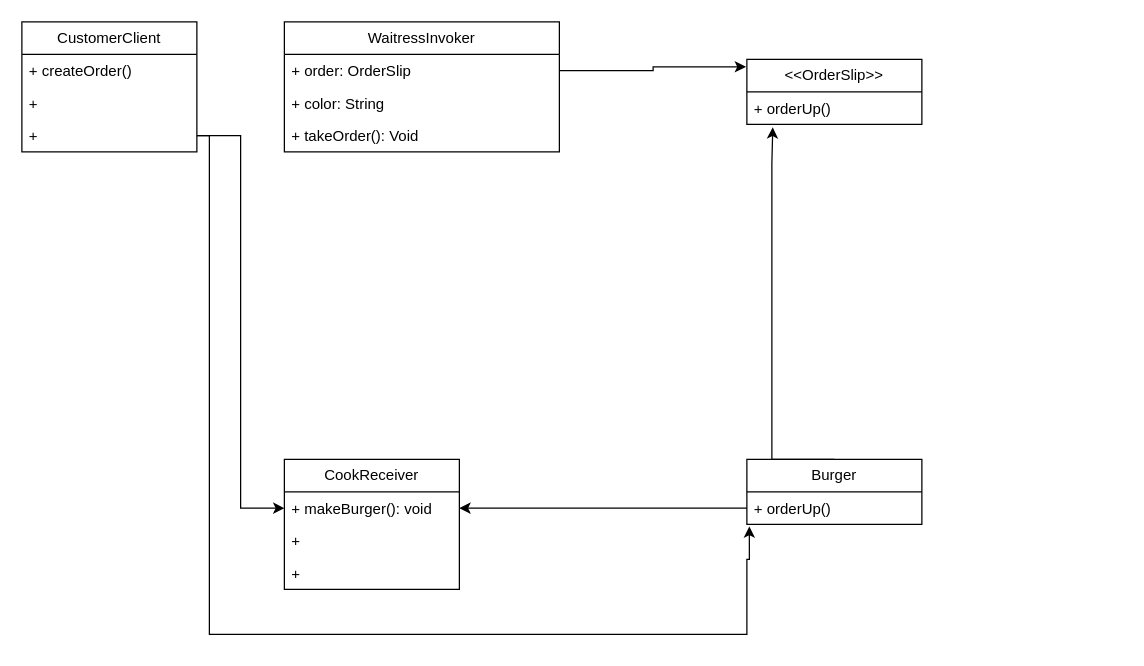
Above: UML/UML Diagram.drawio in Arellano-Jann/command-pattern (draw.io), before the change. Source tidied: cells renumbered, new cells numbered last; positions are measured from the earlier drawing's top-left corner, leaving out a move shared by most shapes. Both pictures are drawn from the tidied source at 125%, with x=0, y=0 at pixel (21, 21).
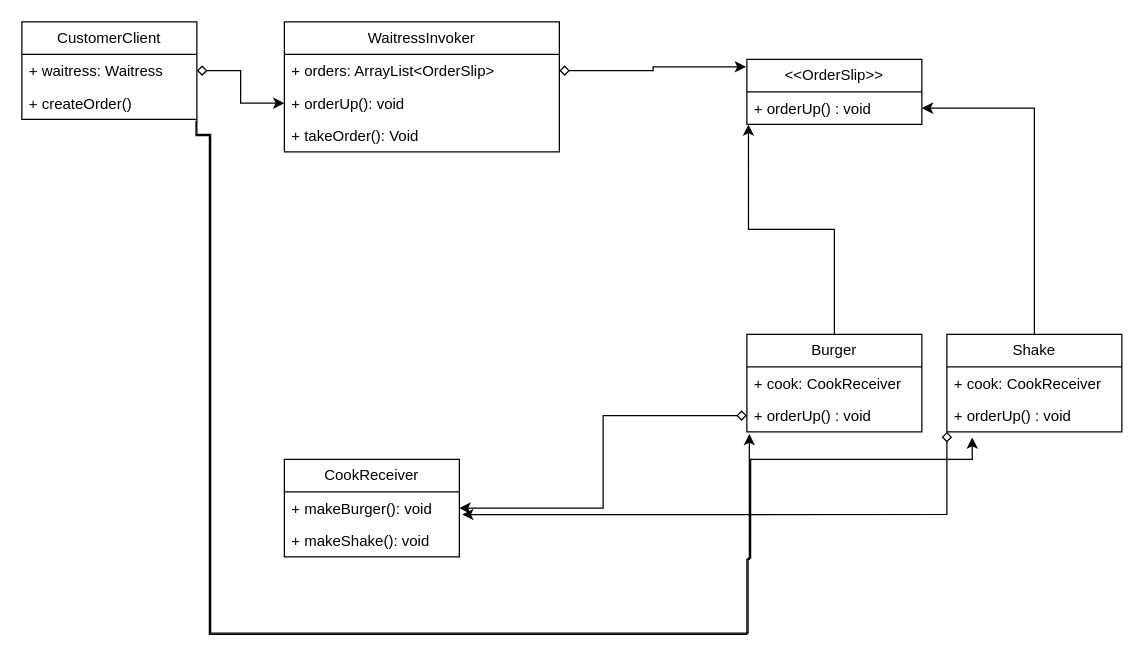
After the change.

The change refers to these unchanged cells:
```xml
<mxCell id="2" value="WaitressInvoker" style="swimlane;fontStyle=0;horizontal=1;startSize=26;fillColor=none;whiteSpace=wrap;html=1;" parent="1" vertex="1">
  <mxGeometry x="210" width="220" height="104" as="geometry" />
</mxCell>
<mxCell id="6" value="&amp;lt;&amp;lt;OrderSlip&amp;gt;&amp;gt;" style="swimlane;fontStyle=0;horizontal=1;startSize=26;fillColor=none;whiteSpace=wrap;html=1;" parent="1" vertex="1">
  <mxGeometry x="580" y="30" width="140" height="52" as="geometry" />
</mxCell>
<mxCell id="16" value="+ makeBurger(): void" style="text;strokeColor=none;fillColor=none;align=left;verticalAlign=top;spacingLeft=4;spacingRight=4;overflow=hidden;points=[[0,0.5],[1,0.5]];portConstraint=eastwest;whiteSpace=wrap;html=1;" parent="15" vertex="1">
  <mxGeometry y="26" width="140" height="26" as="geometry" />
</mxCell>
```

Diff of the diagram source:
```diff
@@
-    <mxCell id="3" value="+ order: OrderSlip" style="text;strokeColor=none;fillColor=none;align=left;verticalAlign=top;spacingLeft=4;spacingRight=4;overflow=hidden;points=[[0,0.5],[1,0.5]];portConstraint=eastwest;whiteSpace=wrap;html=1;" parent="2" vertex="1">
+    <mxCell id="3" value="+ orders: ArrayList&amp;lt;OrderSlip&amp;gt;" style="text;strokeColor=none;fillColor=none;align=left;verticalAlign=top;spacingLeft=4;spacingRight=4;overflow=hidden;points=[[0,0.5],[1,0.5]];portConstraint=eastwest;whiteSpace=wrap;html=1;" parent="2" vertex="1">
       <mxGeometry y="26" width="220" height="26" as="geometry" />
     </mxCell>
-    <mxCell id="4" value="+ color: String" style="text;strokeColor=none;fillColor=none;align=left;verticalAlign=top;spacingLeft=4;spacingRight=4;overflow=hidden;points=[[0,0.5],[1,0.5]];portConstraint=eastwest;whiteSpace=wrap;html=1;" parent="2" vertex="1">
+    <mxCell id="4" value="+ orderUp(): void" style="text;strokeColor=none;fillColor=none;align=left;verticalAlign=top;spacingLeft=4;spacingRight=4;overflow=hidden;points=[[0,0.5],[1,0.5]];portConstraint=eastwest;whiteSpace=wrap;html=1;" parent="2" vertex="1">
       <mxGeometry y="52" width="220" height="26" as="geometry" />
     </mxCell>
@@
-    <mxCell id="7" value="+ orderUp()" style="text;strokeColor=none;fillColor=none;align=left;verticalAlign=top;spacingLeft=4;spacingRight=4;overflow=hidden;points=[[0,0.5],[1,0.5]];portConstraint=eastwest;whiteSpace=wrap;html=1;" parent="6" vertex="1">
+    <mxCell id="7" value="+ orderUp() : void" style="text;strokeColor=none;fillColor=none;align=left;verticalAlign=top;spacingLeft=4;spacingRight=4;overflow=hidden;points=[[0,0.5],[1,0.5]];portConstraint=eastwest;whiteSpace=wrap;html=1;" parent="6" vertex="1">
       <mxGeometry y="26" width="140" height="26" as="geometry" />
     </mxCell>
-    <mxCell id="8" style="edgeStyle=orthogonalEdgeStyle;rounded=0;jettySize=auto;html=1;exitX=0.5;exitY=0;exitDx=0;exitDy=0;entryX=0.148;entryY=1.09;entryDx=0;entryDy=0;entryPerimeter=0;" parent="1" edge="1" source="9" target="7">
-      <mxGeometry relative="1" as="geometry">
-        <Array as="points">
-          <mxPoint x="600" y="350" />
-          <mxPoint x="600" y="113" />
-        </Array>
-      </mxGeometry>
-    </mxCell>
     <mxCell id="9" value="Burger" style="swimlane;fontStyle=0;horizontal=1;startSize=26;fillColor=none;whiteSpace=wrap;html=1;" parent="1" vertex="1">
-      <mxGeometry x="580" y="350" width="140" height="52" as="geometry" />
+      <mxGeometry x="580" y="250" width="140" height="78" as="geometry" />
     </mxCell>
+    <mxCell id="23" value="+ cook: CookReceiver" style="text;strokeColor=none;fillColor=none;align=left;verticalAlign=top;spacingLeft=4;spacingRight=4;overflow=hidden;whiteSpace=wrap;html=1;" parent="9" vertex="1">
+      <mxGeometry y="26" width="140" height="26" as="geometry" />
+    </mxCell>
-    <mxCell id="10" value="+ orderUp()" style="text;strokeColor=none;fillColor=none;align=left;verticalAlign=top;spacingLeft=4;spacingRight=4;overflow=hidden;points=[[0,0.5],[1,0.5]];portConstraint=eastwest;whiteSpace=wrap;html=1;" parent="9" vertex="1">
-      <mxGeometry y="26" width="140" height="26" as="geometry" />
+    <mxCell id="10" value="+ orderUp()&amp;nbsp;: void" style="text;strokeColor=none;fillColor=none;align=left;verticalAlign=top;spacingLeft=4;spacingRight=4;overflow=hidden;points=[[0,0.5],[1,0.5]];portConstraint=eastwest;whiteSpace=wrap;html=1;" parent="9" vertex="1">
+      <mxGeometry y="52" width="140" height="26" as="geometry" />
     </mxCell>
     <mxCell id="11" value="CustomerClient" style="swimlane;fontStyle=0;horizontal=1;startSize=26;fillColor=none;whiteSpace=wrap;html=1;" parent="1" vertex="1">
-      <mxGeometry width="140" height="104" as="geometry" />
+      <mxGeometry width="140" height="78" as="geometry" />
     </mxCell>
+    <mxCell id="13" value="+ waitress: Waitress" style="text;strokeColor=none;fillColor=none;align=left;verticalAlign=top;spacingLeft=4;spacingRight=4;overflow=hidden;points=[[0,0.5],[1,0.5]];portConstraint=eastwest;whiteSpace=wrap;html=1;" parent="11" vertex="1">
+      <mxGeometry y="26" width="140" height="26" as="geometry" />
+    </mxCell>
     <mxCell id="12" value="+ createOrder()" style="text;strokeColor=none;fillColor=none;align=left;verticalAlign=top;spacingLeft=4;spacingRight=4;overflow=hidden;points=[[0,0.5],[1,0.5]];portConstraint=eastwest;whiteSpace=wrap;html=1;" parent="11" vertex="1">
-      <mxGeometry y="26" width="140" height="26" as="geometry" />
+      <mxGeometry y="52" width="140" height="26" as="geometry" />
     </mxCell>
-    <mxCell id="13" value="+" style="text;strokeColor=none;fillColor=none;align=left;verticalAlign=top;spacingLeft=4;spacingRight=4;overflow=hidden;points=[[0,0.5],[1,0.5]];portConstraint=eastwest;whiteSpace=wrap;html=1;" parent="11" vertex="1">
-      <mxGeometry y="52" width="140" height="26" as="geometry" />
-    </mxCell>
-    <mxCell id="14" value="+" style="text;strokeColor=none;fillColor=none;align=left;verticalAlign=top;spacingLeft=4;spacingRight=4;overflow=hidden;points=[[0,0.5],[1,0.5]];portConstraint=eastwest;whiteSpace=wrap;html=1;" parent="11" vertex="1">
-      <mxGeometry y="78" width="140" height="26" as="geometry" />
-    </mxCell>
     <mxCell id="15" value="CookReceiver" style="swimlane;fontStyle=0;horizontal=1;startSize=26;fillColor=none;whiteSpace=wrap;html=1;" parent="1" vertex="1">
-      <mxGeometry x="210" y="350" width="140" height="104" as="geometry" />
+      <mxGeometry x="210" y="350" width="140" height="78" as="geometry" />
     </mxCell>
@@
-    <mxCell id="17" value="+" style="text;strokeColor=none;fillColor=none;align=left;verticalAlign=top;spacingLeft=4;spacingRight=4;overflow=hidden;whiteSpace=wrap;html=1;" parent="15" vertex="1">
+    <mxCell id="17" value="+ makeShake(): void" style="text;strokeColor=none;fillColor=none;align=left;verticalAlign=top;spacingLeft=4;spacingRight=4;overflow=hidden;whiteSpace=wrap;html=1;" parent="15" vertex="1">
       <mxGeometry y="52" width="140" height="26" as="geometry" />
     </mxCell>
-    <mxCell id="18" value="+" style="text;strokeColor=none;fillColor=none;align=left;verticalAlign=top;spacingLeft=4;spacingRight=4;overflow=hidden;whiteSpace=wrap;html=1;" parent="15" vertex="1">
-      <mxGeometry y="78" width="140" height="26" as="geometry" />
-    </mxCell>
-    <mxCell id="19" style="edgeStyle=orthogonalEdgeStyle;rounded=0;jettySize=auto;html=1;entryX=0;entryY=0.5;entryDx=0;entryDy=0;" parent="1" edge="1" source="14" target="16">
-      <mxGeometry relative="1" as="geometry" />
-    </mxCell>
-    <mxCell id="20" style="edgeStyle=orthogonalEdgeStyle;rounded=0;jettySize=auto;html=1;entryX=0.014;entryY=1.064;entryDx=0;entryDy=0;entryPerimeter=0;" parent="1" edge="1" source="14" target="10">
+    <mxCell id="20" style="edgeStyle=orthogonalEdgeStyle;rounded=0;jettySize=auto;html=1;entryX=0.014;entryY=1.064;entryDx=0;entryDy=0;entryPerimeter=0;exitX=0.995;exitY=1.042;exitDx=0;exitDy=0;exitPerimeter=0;" parent="1" edge="1" source="12" target="10">
       <mxGeometry relative="1" as="geometry">
         <Array as="points">
+          <mxPoint x="139" y="91" />
           <mxPoint x="150" y="91" />
           <mxPoint x="150" y="490" />
           <mxPoint x="580" y="490" />
           <mxPoint x="580" y="430" />
           <mxPoint x="582" y="430" />
         </Array>
       </mxGeometry>
     </mxCell>
-    <mxCell id="21" style="edgeStyle=orthogonalEdgeStyle;rounded=0;jettySize=auto;html=1;exitX=0;exitY=0.5;exitDx=0;exitDy=0;entryX=1;entryY=0.5;entryDx=0;entryDy=0;" parent="1" edge="1" source="10" target="16">
+    <mxCell id="21" style="edgeStyle=orthogonalEdgeStyle;rounded=0;jettySize=auto;html=1;exitX=0;exitY=0.5;exitDx=0;exitDy=0;entryX=1;entryY=0.5;entryDx=0;entryDy=0;startArrow=diamond;startFill=0;" parent="1" edge="1" source="10" target="16">
       <mxGeometry relative="1" as="geometry" />
     </mxCell>
-    <mxCell id="22" style="edgeStyle=orthogonalEdgeStyle;rounded=0;jettySize=auto;html=1;entryX=-0.005;entryY=0.115;entryDx=0;entryDy=0;entryPerimeter=0;" parent="1" edge="1" source="3" target="6">
+    <mxCell id="22" style="edgeStyle=orthogonalEdgeStyle;rounded=0;jettySize=auto;html=1;entryX=-0.005;entryY=0.115;entryDx=0;entryDy=0;entryPerimeter=0;startArrow=diamond;startFill=0;" parent="1" edge="1" source="3" target="6">
       <mxGeometry relative="1" as="geometry" />
     </mxCell>
+    <mxCell id="24" style="edgeStyle=orthogonalEdgeStyle;rounded=0;jettySize=auto;html=1;entryX=0;entryY=0.5;entryDx=0;entryDy=0;startArrow=diamond;startFill=0;" parent="1" edge="1" source="13" target="4">
+      <mxGeometry relative="1" as="geometry" />
+    </mxCell>
+    <mxCell id="25" style="edgeStyle=orthogonalEdgeStyle;rounded=0;jettySize=auto;html=1;entryX=1;entryY=0.5;entryDx=0;entryDy=0;" parent="1" edge="1" source="26" target="7">
+      <mxGeometry relative="1" as="geometry" />
+    </mxCell>
+    <mxCell id="26" value="Shake" style="swimlane;fontStyle=0;horizontal=1;startSize=26;fillColor=none;whiteSpace=wrap;html=1;" parent="1" vertex="1">
+      <mxGeometry x="740" y="250" width="140" height="78" as="geometry" />
+    </mxCell>
+    <mxCell id="27" value="+ cook: CookReceiver" style="text;strokeColor=none;fillColor=none;align=left;verticalAlign=top;spacingLeft=4;spacingRight=4;overflow=hidden;whiteSpace=wrap;html=1;" parent="26" vertex="1">
+      <mxGeometry y="26" width="140" height="26" as="geometry" />
+    </mxCell>
+    <mxCell id="28" value="+ orderUp()&amp;nbsp;: void" style="text;strokeColor=none;fillColor=none;align=left;verticalAlign=top;spacingLeft=4;spacingRight=4;overflow=hidden;points=[[0,0.5],[1,0.5]];portConstraint=eastwest;whiteSpace=wrap;html=1;" parent="26" vertex="1">
+      <mxGeometry y="52" width="140" height="26" as="geometry" />
+    </mxCell>
+    <mxCell id="8" style="edgeStyle=orthogonalEdgeStyle;rounded=0;jettySize=auto;html=1;entryX=0.009;entryY=1.005;entryDx=0;entryDy=0;entryPerimeter=0;" parent="1" edge="1" source="9" target="7">
+      <mxGeometry relative="1" as="geometry" />
+    </mxCell>
+    <mxCell id="29" style="edgeStyle=orthogonalEdgeStyle;rounded=0;jettySize=auto;html=1;exitX=0;exitY=1;exitDx=0;exitDy=0;entryX=1.016;entryY=0.698;entryDx=0;entryDy=0;entryPerimeter=0;startArrow=diamond;startFill=0;" parent="1" edge="1" source="26" target="16">
+      <mxGeometry relative="1" as="geometry" />
+    </mxCell>
+    <mxCell id="30" style="edgeStyle=orthogonalEdgeStyle;rounded=0;jettySize=auto;html=1;exitX=0.995;exitY=1.042;exitDx=0;exitDy=0;exitPerimeter=0;entryX=0.145;entryY=1.17;entryDx=0;entryDy=0;entryPerimeter=0;" parent="1" edge="1" target="28">
+      <mxGeometry relative="1" as="geometry">
+        <mxPoint x="140" y="78" as="sourcePoint" />
+        <Array as="points">
+          <mxPoint x="140" y="90" />
+          <mxPoint x="151" y="90" />
+          <mxPoint x="151" y="489" />
+          <mxPoint x="581" y="489" />
+          <mxPoint x="581" y="429" />
+          <mxPoint x="583" y="429" />
+          <mxPoint x="583" y="350" />
+          <mxPoint x="760" y="350" />
+        </Array>
+      </mxGeometry>
+    </mxCell>
```
